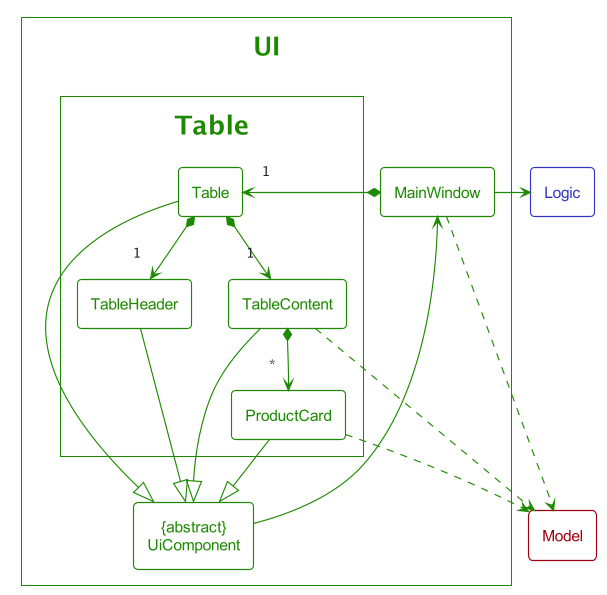
nus-cs2103-AY2122S2/tp keeps this PlantUML diagram as docs/images/UiTableDiagram.png. Above is the earlier version.
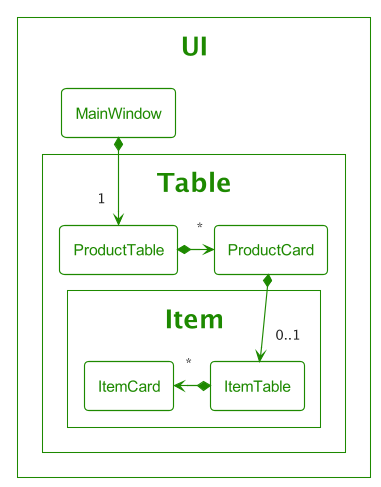
Later version of the same file.

The edit, as a diff of the source:
```diff
@@ -3,39 +3,27 @@
 
 $OverrideTheme(UI_COLOR)
 
-package UI as UiPackage<<Ui>> {
-    class "{abstract}\nUiComponent" as UiComponent<<Ui>>
-    class MainWindow<<Ui>>
+package UI <<Ui>> {
+    class MainWindow <<Ui>>
 
-    package Table as Table<<Ui>> {
-        class ProductCard<<Ui>>
-        class Table<<Ui>>
-        class TableContent<<Ui>>
-        class TableHeader<<Ui>>
+    package Table <<Ui>> {
+        class ProductCard <<Ui>>
+        class ProductTable <<Ui>>
+
+        package Item <<Ui>> {
+            class ItemCard <<Ui>>
+            class ItemTable <<Ui>>
+        }
     }
 }
 
-class Model<<Model>>
-class Logic<<Logic>>
+MainWindow *--> "1" ProductTable
 
-MainWindow *-right-> "1" Table
+ProductTable *-right-> "*" ProductCard
 
-Table *--> "1" TableContent
-Table *--> "1" TableHeader
+ProductCard *--> "0..1" ItemTable
 
-TableContent *--> "*" ProductCard
+ItemTable *-left-> "*" ItemCard
 
-ProductCard --|> UiComponent
-Table --|> UiComponent
-TableContent --|> UiComponent
-TableHeader --|> UiComponent
-
-TableContent ..> Model
-MainWindow ..> Model
-ProductCard ..> Model
-
-UiComponent -left-> MainWindow
-
-MainWindow -right-> Logic
 
 @enduml
```
